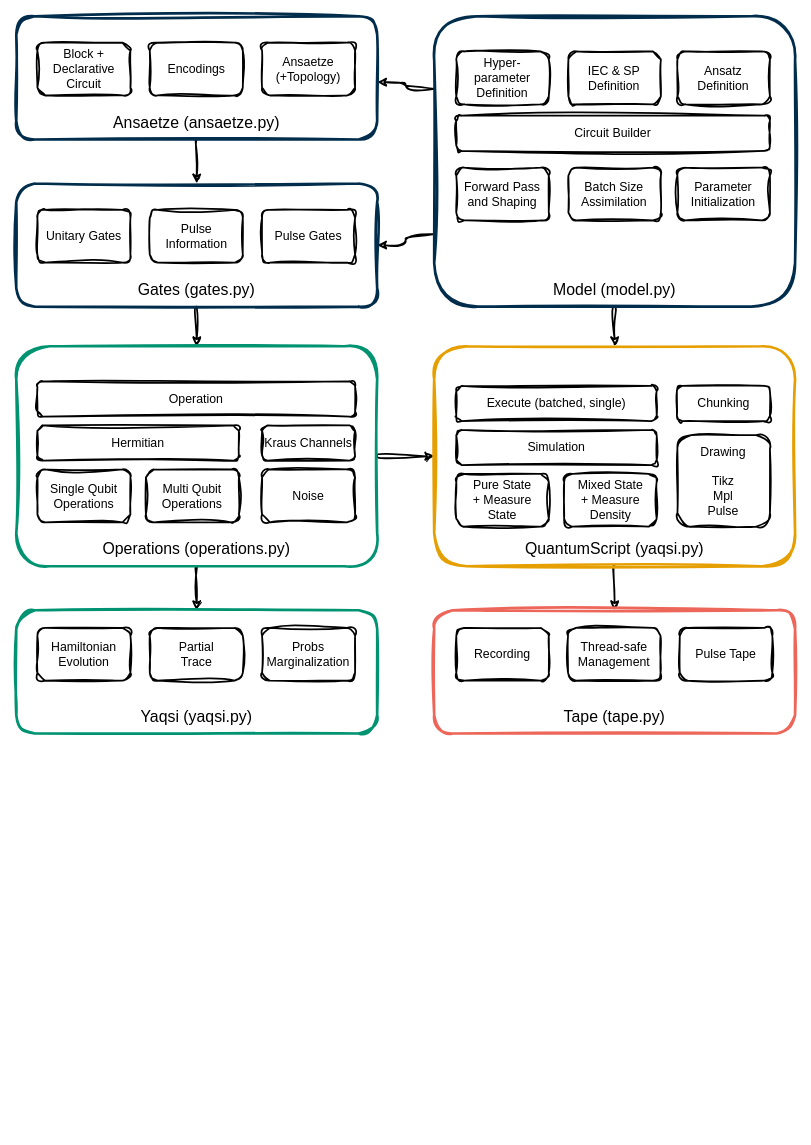
Above: page "yaqsi" (5 of 5) of docs/diagrams.drawio in cirKITers/qml-essentials (draw.io), before the change. Source tidied: cells renumbered, new cells numbered last; positions are measured from the earlier drawing's top-left corner, leaving out a move shared by most shapes. Both pictures are drawn from the tidied source at 88%, with x=0, y=0 at pixel (16, 16).
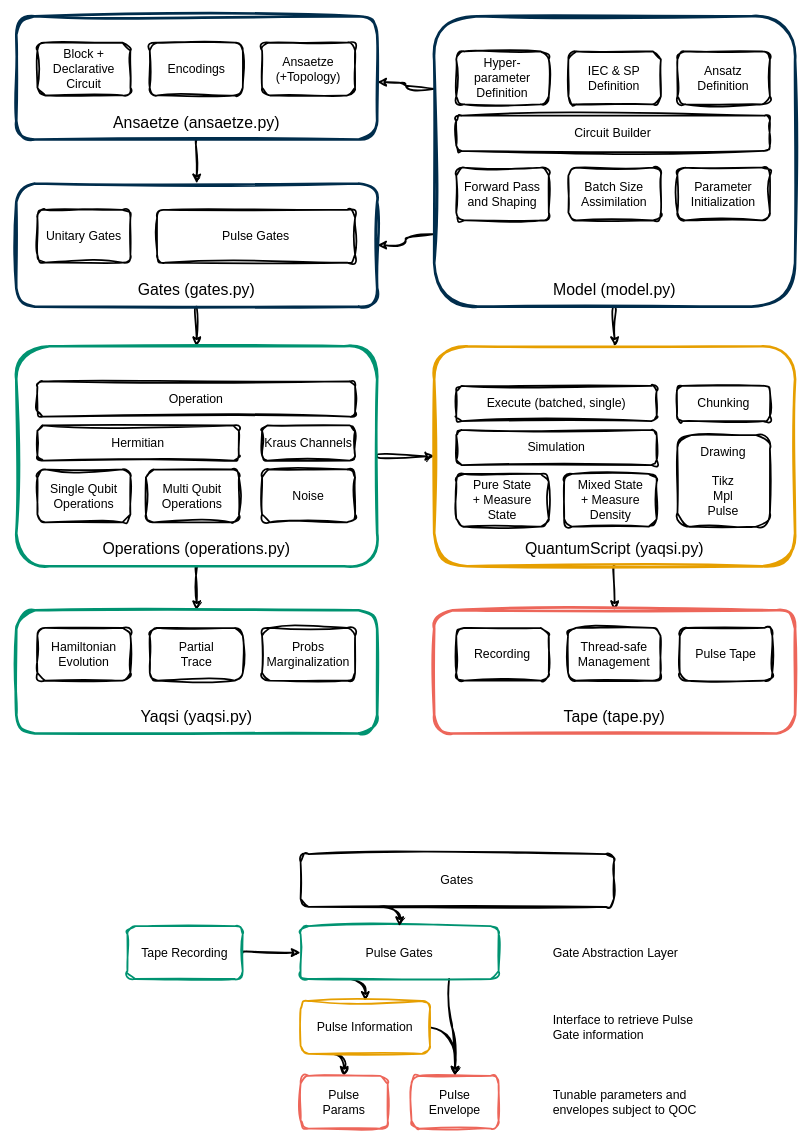
Above is the later version.

What changed in the source:
```diff
@@
-    <mxCell id="36" value="Pulse Information" style="rounded=1;whiteSpace=wrap;html=1;strokeWidth=2;fontSize=14;sketch=1;curveFitting=1;jiggle=2;fillColor=none;" parent="1" vertex="1">
-      <mxGeometry x="151.7" y="220" width="105.7" height="60" as="geometry" />
-    </mxCell>
     <mxCell id="37" value="Pulse Gates" style="rounded=1;whiteSpace=wrap;html=1;strokeWidth=2;fontSize=14;sketch=1;curveFitting=1;jiggle=2;fillColor=none;" parent="1" vertex="1">
-      <mxGeometry x="279.3" y="220" width="105.7" height="60" as="geometry" />
+      <mxGeometry x="160" y="220" width="225" height="60" as="geometry" />
     </mxCell>
@@
+    <mxCell id="48" style="edgeStyle=orthogonalEdgeStyle;shape=connector;curved=1;rounded=0;sketch=1;jiggle=2;curveFitting=1;jettySize=auto;html=1;exitX=0.75;exitY=1;exitDx=0;exitDy=0;entryX=0.5;entryY=0;entryDx=0;entryDy=0;strokeColor=default;strokeWidth=2;align=center;verticalAlign=middle;fontFamily=Helvetica;fontSize=14;fontColor=default;labelBackgroundColor=default;endArrow=classic;" parent="1" edge="1" source="50" target="54">
+      <mxGeometry relative="1" as="geometry" />
+    </mxCell>
+    <mxCell id="49" style="edgeStyle=orthogonalEdgeStyle;shape=connector;curved=1;rounded=0;sketch=1;jiggle=2;curveFitting=1;jettySize=auto;html=1;exitX=0.25;exitY=1;exitDx=0;exitDy=0;entryX=0.5;entryY=0;entryDx=0;entryDy=0;strokeColor=default;strokeWidth=2;align=center;verticalAlign=middle;fontFamily=Helvetica;fontSize=14;fontColor=default;labelBackgroundColor=default;endArrow=classic;" parent="1" edge="1" source="50" target="36">
+      <mxGeometry relative="1" as="geometry" />
+    </mxCell>
+    <mxCell id="50" value="Pulse Gates" style="rounded=1;whiteSpace=wrap;html=1;strokeWidth=2;fontSize=14;sketch=1;curveFitting=1;jiggle=2;fillColor=none;strokeColor=#009371;" parent="1" vertex="1">
+      <mxGeometry x="323.1" y="1034" width="225" height="60" as="geometry" />
+    </mxCell>
+    <mxCell id="51" style="edgeStyle=orthogonalEdgeStyle;shape=connector;curved=1;rounded=0;sketch=1;jiggle=2;curveFitting=1;jettySize=auto;html=1;exitX=0.25;exitY=1;exitDx=0;exitDy=0;entryX=0.5;entryY=0;entryDx=0;entryDy=0;strokeColor=default;strokeWidth=2;align=center;verticalAlign=middle;fontFamily=Helvetica;fontSize=14;fontColor=default;labelBackgroundColor=default;endArrow=classic;" parent="1" edge="1" source="36" target="53">
+      <mxGeometry relative="1" as="geometry" />
+    </mxCell>
+    <mxCell id="52" style="edgeStyle=orthogonalEdgeStyle;shape=connector;curved=1;rounded=0;sketch=1;jiggle=2;curveFitting=1;jettySize=auto;html=1;exitX=1;exitY=0.5;exitDx=0;exitDy=0;entryX=0.5;entryY=0;entryDx=0;entryDy=0;strokeColor=default;strokeWidth=2;align=center;verticalAlign=middle;fontFamily=Helvetica;fontSize=14;fontColor=default;labelBackgroundColor=default;endArrow=classic;" parent="1" edge="1" source="36" target="54">
+      <mxGeometry relative="1" as="geometry" />
+    </mxCell>
+    <mxCell id="36" value="Pulse Information" style="rounded=1;whiteSpace=wrap;html=1;strokeWidth=2;fontSize=14;sketch=1;curveFitting=1;jiggle=2;fillColor=none;strokeColor=#E69F00;" parent="1" vertex="1">
+      <mxGeometry x="323.1" y="1119" width="147" height="60" as="geometry" />
+    </mxCell>
+    <mxCell id="53" value="Pulse&lt;br&gt;Params" style="rounded=1;whiteSpace=wrap;html=1;strokeWidth=2;fontSize=14;sketch=1;curveFitting=1;jiggle=2;fillColor=none;strokeColor=#ED665A;" parent="1" vertex="1">
+      <mxGeometry x="323.1" y="1204" width="99" height="60" as="geometry" />
+    </mxCell>
+    <mxCell id="54" value="Pulse Envelope" style="rounded=1;whiteSpace=wrap;html=1;strokeWidth=2;fontSize=14;sketch=1;curveFitting=1;jiggle=2;fillColor=none;strokeColor=#ED665A;" parent="1" vertex="1">
+      <mxGeometry x="449.1" y="1204" width="99" height="60" as="geometry" />
+    </mxCell>
+    <mxCell id="55" value="Gate Abstraction Layer" style="text;html=1;whiteSpace=wrap;strokeColor=none;fillColor=none;align=left;verticalAlign=middle;rounded=0;fontFamily=Helvetica;fontSize=14;fontColor=default;labelBackgroundColor=none;" parent="1" vertex="1">
+      <mxGeometry x="608" y="1049" width="174" height="30" as="geometry" />
+    </mxCell>
+    <mxCell id="56" style="edgeStyle=orthogonalEdgeStyle;shape=connector;curved=1;rounded=0;sketch=1;jiggle=2;curveFitting=1;jettySize=auto;html=1;exitX=0.25;exitY=1;exitDx=0;exitDy=0;entryX=0.5;entryY=0;entryDx=0;entryDy=0;strokeColor=default;strokeWidth=2;align=center;verticalAlign=middle;fontFamily=Helvetica;fontSize=14;fontColor=default;labelBackgroundColor=default;endArrow=classic;" parent="1" edge="1" source="57" target="50">
+      <mxGeometry relative="1" as="geometry" />
+    </mxCell>
+    <mxCell id="57" value="Gates" style="rounded=1;whiteSpace=wrap;html=1;strokeWidth=2;fontSize=14;sketch=1;curveFitting=1;jiggle=2;fillColor=none;" parent="1" vertex="1">
+      <mxGeometry x="323.1" y="952" width="356" height="60" as="geometry" />
+    </mxCell>
+    <mxCell id="58" value="Interface to retrieve Pulse Gate information" style="text;html=1;whiteSpace=wrap;strokeColor=none;fillColor=none;align=left;verticalAlign=middle;rounded=0;fontFamily=Helvetica;fontSize=14;fontColor=default;labelBackgroundColor=none;" parent="1" vertex="1">
+      <mxGeometry x="608" y="1134" width="174" height="30" as="geometry" />
+    </mxCell>
+    <mxCell id="59" value="Tunable parameters and envelopes subject to QOC" style="text;html=1;whiteSpace=wrap;strokeColor=none;fillColor=none;align=left;verticalAlign=middle;rounded=0;fontFamily=Helvetica;fontSize=14;fontColor=default;labelBackgroundColor=none;" parent="1" vertex="1">
+      <mxGeometry x="608" y="1219" width="174" height="30" as="geometry" />
+    </mxCell>
+    <mxCell id="60" style="edgeStyle=orthogonalEdgeStyle;rounded=0;jettySize=auto;html=1;exitX=1;exitY=0.5;exitDx=0;exitDy=0;entryX=0;entryY=0.5;entryDx=0;entryDy=0;sketch=1;jiggle=2;curveFitting=1;strokeColor=default;strokeWidth=2;align=center;verticalAlign=middle;fontFamily=Helvetica;fontSize=14;fontColor=default;labelBackgroundColor=default;endArrow=classic;curved=1;" parent="1" edge="1" source="61" target="50">
+      <mxGeometry relative="1" as="geometry" />
+    </mxCell>
+    <mxCell id="61" value="Tape Recording" style="rounded=1;whiteSpace=wrap;html=1;strokeWidth=2;fontSize=14;sketch=1;curveFitting=1;jiggle=2;fillColor=none;strokeColor=#009371;" parent="1" vertex="1">
+      <mxGeometry x="126.3" y="1034" width="131" height="60" as="geometry" />
+    </mxCell>
```
